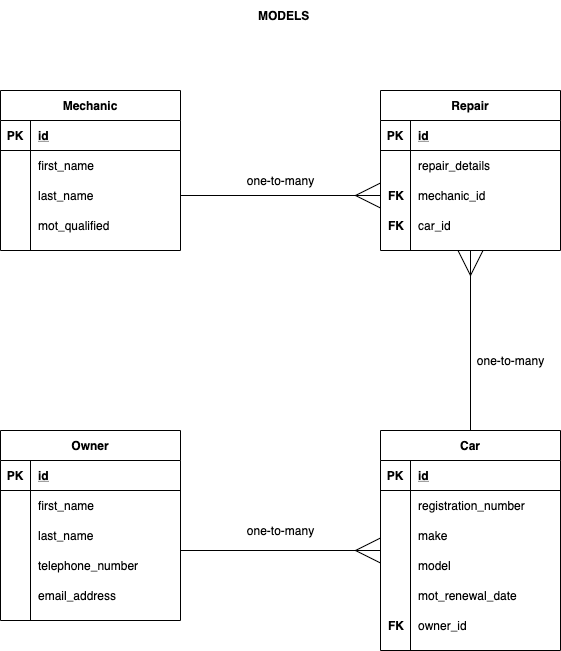
nahmed99/wk_5_solo_project keeps this draw.io diagram as documentation/garage_management_class_diagram.png. Above is the earlier version. Source tidied: cells renumbered, new cells last; positions are measured from the earlier drawing's top-left corner, leaving out a move shared by most shapes.
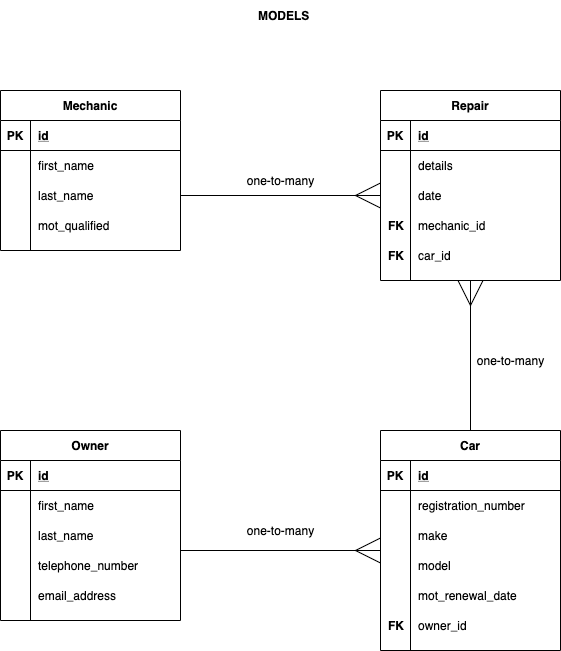
The same file after the commit.

Commit message:
Have ended up with a many-to-many relationship AND a further one-to-many relationship...too complicated for the exercise in hand??? Try it see...

Diff of the diagram source:
```diff
@@ -3,7 +3,7 @@
     <mxCell id="0" />
     <mxCell id="1" parent="0" />
     <mxCell id="2" value="Repair" style="shape=table;startSize=30;rowLines=0;fontStyle=1;align=center;" parent="1" vertex="1">
-      <mxGeometry x="380" y="90" width="180" height="160" as="geometry" />
+      <mxGeometry x="380" y="90" width="180" height="190" as="geometry" />
     </mxCell>
     <mxCell id="3" style="shape=partialRectangle;fillColor=none;top=0;left=0;bottom=1;right=0;" parent="2" vertex="1">
       <mxGeometry y="30" width="180" height="30" as="geometry" />
@@ -20,7 +20,7 @@
     <mxCell id="7" style="shape=partialRectangle;fillColor=none;top=0;left=0;bottom=0;right=0;overflow=hidden;" parent="6" vertex="1">
       <mxGeometry width="30" height="30" as="geometry" />
     </mxCell>
-    <mxCell id="8" value="repair_details" style="shape=partialRectangle;fillColor=none;top=0;left=0;bottom=0;right=0;align=left;spacingLeft=6;overflow=hidden;" parent="6" vertex="1">
+    <mxCell id="8" value="details" style="shape=partialRectangle;fillColor=none;top=0;left=0;bottom=0;right=0;align=left;spacingLeft=6;overflow=hidden;" parent="6" vertex="1">
       <mxGeometry x="30" width="150" height="30" as="geometry" />
     </mxCell>
     <mxCell id="9" style="shape=partialRectangle;fillColor=none;top=0;left=0;bottom=0;right=0;points=[[0,0.5],[1,0.5]];portConstraint=eastwest;" parent="2" vertex="1">
@@ -87,10 +87,10 @@
       <mxGeometry x="240" y="170" width="80" height="20" as="geometry" />
     </mxCell>
     <mxCell id="30" value="mechanic_id" style="shape=partialRectangle;fillColor=none;top=0;left=0;bottom=0;right=0;align=left;spacingLeft=6;overflow=hidden;" parent="1" vertex="1">
-      <mxGeometry x="410" y="180" width="150" height="30" as="geometry" />
+      <mxGeometry x="410" y="210" width="150" height="30" as="geometry" />
     </mxCell>
     <mxCell id="31" value="FK" style="shape=partialRectangle;fillColor=none;top=0;left=0;bottom=0;right=0;align=left;spacingLeft=6;overflow=hidden;fontStyle=1;" parent="1" vertex="1">
-      <mxGeometry x="380" y="180" width="30" height="30" as="geometry" />
+      <mxGeometry x="380" y="210" width="30" height="30" as="geometry" />
     </mxCell>
     <mxCell id="32" value="MODELS" style="shape=partialRectangle;fillColor=none;top=0;left=0;bottom=0;right=0;align=left;spacingLeft=6;overflow=hidden;fontStyle=1;" parent="1" vertex="1">
       <mxGeometry x="250" width="80" height="30" as="geometry" />
@@ -144,10 +144,10 @@
       <mxGeometry x="380" y="610" width="30" height="30" as="geometry" />
     </mxCell>
     <mxCell id="49" value="FK" style="shape=partialRectangle;fillColor=none;top=0;left=0;bottom=0;right=0;align=left;spacingLeft=6;overflow=hidden;fontStyle=1;" parent="1" vertex="1">
-      <mxGeometry x="380" y="210" width="30" height="30" as="geometry" />
+      <mxGeometry x="380" y="240" width="30" height="30" as="geometry" />
     </mxCell>
     <mxCell id="50" value="car_id" style="shape=partialRectangle;fillColor=none;top=0;left=0;bottom=0;right=0;align=left;spacingLeft=6;overflow=hidden;" parent="1" vertex="1">
-      <mxGeometry x="410" y="210" width="150" height="30" as="geometry" />
+      <mxGeometry x="410" y="240" width="150" height="30" as="geometry" />
     </mxCell>
     <mxCell id="51" style="edgeStyle=orthogonalEdgeStyle;rounded=0;jettySize=auto;html=1;entryX=0.5;entryY=1;entryDx=0;entryDy=0;endArrow=ERmany;endFill=0;strokeWidth=1;startSize=6;endSize=23;exitX=0.5;exitY=0;exitDx=0;exitDy=0;" parent="1" edge="1" source="33" target="2">
       <mxGeometry relative="1" as="geometry" />
@@ -206,5 +206,8 @@
     <mxCell id="68" value="one-to-many&lt;br&gt;" style="text;html=1;align=center;verticalAlign=middle;" parent="1" vertex="1">
       <mxGeometry x="240" y="520" width="80" height="20" as="geometry" />
     </mxCell>
+    <mxCell id="69" value="date" style="shape=partialRectangle;fillColor=none;top=0;left=0;bottom=0;right=0;align=left;spacingLeft=6;overflow=hidden;" parent="1" vertex="1">
+      <mxGeometry x="410" y="180" width="150" height="30" as="geometry" />
+    </mxCell>
   </root>
 </mxGraphModel>
```
